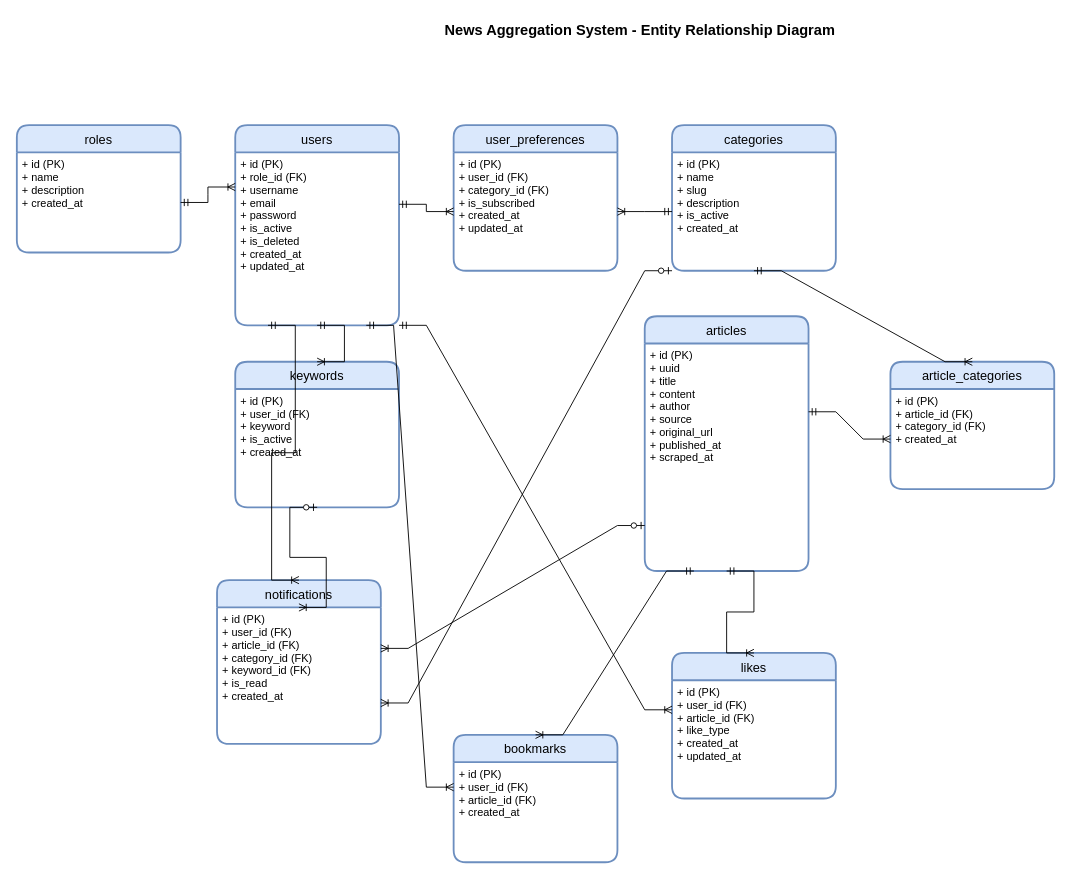
ayush-itt/news-app keeps this draw.io diagram as uml/entity-relationships/entity-relationships.drawio. Above is the earlier version. Source tidied: cells renumbered, new cells numbered last; positions are measured from the earlier drawing's top-left corner, leaving out a move shared by most shapes. Both pictures are drawn from the tidied source at 91%, with x=0, y=0 at pixel (16, 15).
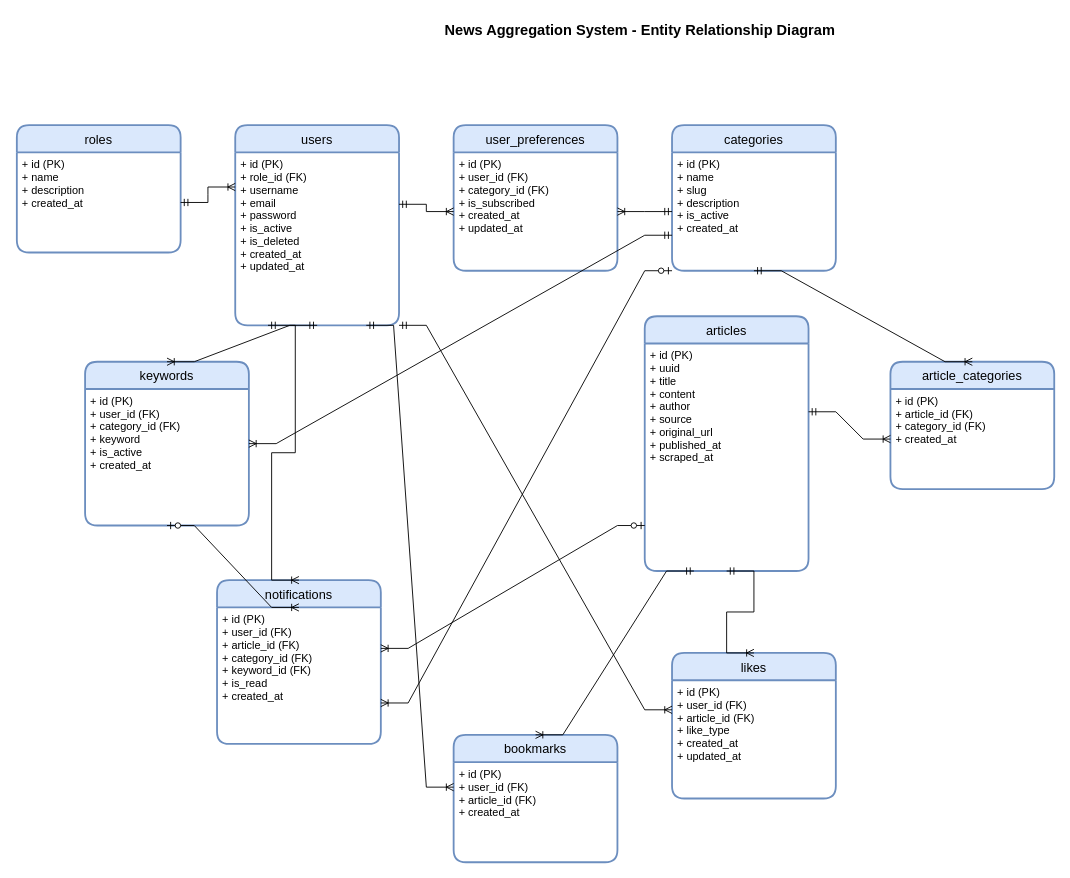
After the change.

Commit message:
ER diagram, keyword table updated

Unchanged cells that the change refers to:
```xml
<mxCell id="10" value="+ id (PK)&#10;+ name&#10;+ slug&#10;+ description&#10;+ is_active&#10;+ created_at" style="align=left;strokeColor=none;fillColor=none;spacingLeft=4;fontSize=12;verticalAlign=top;" parent="9" vertex="1">
  <mxGeometry y="30" width="180" height="130" as="geometry" />
</mxCell>
```

Change to the diagram source:
```diff
@@
     <mxCell id="11" value="keywords" style="swimlane;horizontal=1;startSize=30;rounded=1;fontSize=14;fontStyle=0;strokeWidth=2;shadow=0;dashed=0;align=center;fillColor=#dae8fc;strokeColor=#6c8ebf;" parent="1" vertex="1">
-      <mxGeometry x="240" y="380" width="180" height="160" as="geometry" />
+      <mxGeometry x="75" y="380" width="180" height="180" as="geometry" />
     </mxCell>
-    <mxCell id="12" value="+ id (PK)&#10;+ user_id (FK)&#10;+ keyword&#10;+ is_active&#10;+ created_at" style="align=left;strokeColor=none;fillColor=none;spacingLeft=4;fontSize=12;verticalAlign=top;" parent="11" vertex="1">
-      <mxGeometry y="30" width="180" height="130" as="geometry" />
+    <mxCell id="12" value="+ id (PK)&#10;+ user_id (FK)&#10;+ category_id (FK)&#10;+ keyword&#10;+ is_active&#10;+ created_at" style="align=left;strokeColor=none;fillColor=none;spacingLeft=4;fontSize=12;verticalAlign=top;" parent="11" vertex="1">
+      <mxGeometry y="30" width="180" height="150" as="geometry" />
     </mxCell>
@@
+    <mxCell id="37" style="edgeStyle=entityRelationEdgeStyle;fontSize=12;html=1;endArrow=ERoneToMany;startArrow=ERmandOne;rounded=0;exitX=0;exitY=0.7;exitDx=0;exitDy=0;entryX=1;entryY=0.4;entryDx=0;entryDy=0;" parent="1" edge="1" source="10" target="12">
+      <mxGeometry relative="1" as="geometry" />
+    </mxCell>
```
